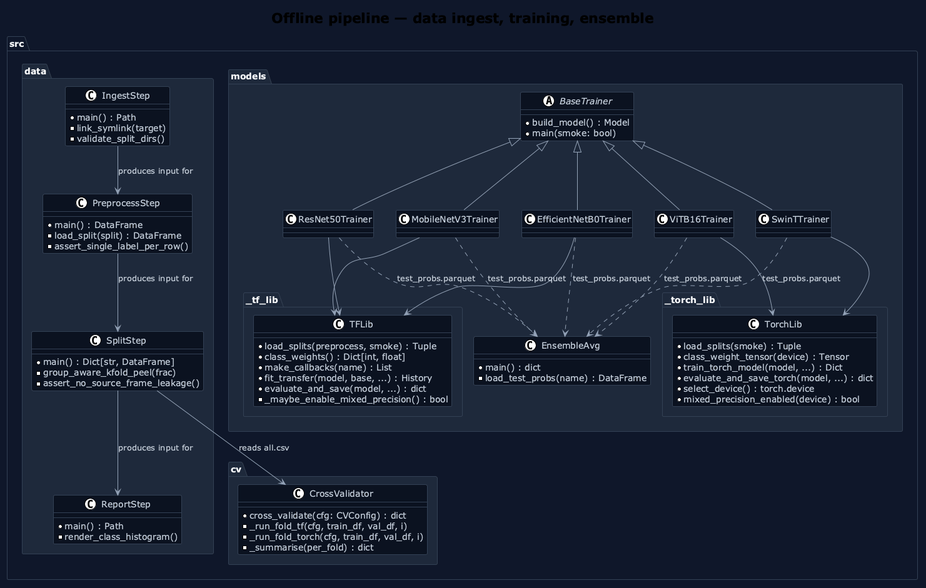
The PlantUML diagram docs/diagrams/png/03_class_offline.png in jbeleno/c1-lettuce-classifier, before a commit.
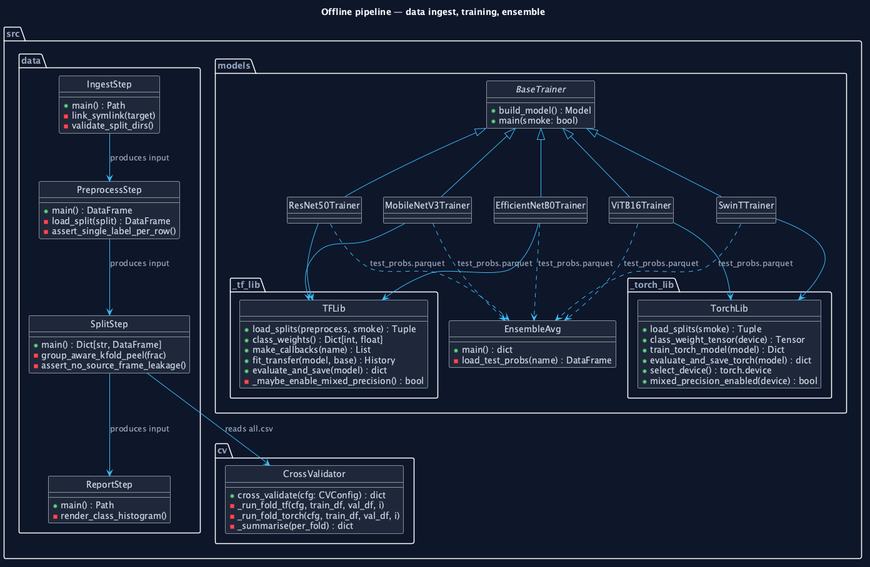
The same file after the commit.

Change to the diagram source:
```diff
@@ -1,21 +1,33 @@
-@startuml
-!theme plain
+@startuml 03_class_offline
+
 skinparam backgroundColor #0F172A
 skinparam shadowing false
-skinparam classFontColor #F8FAFC
-skinparam classHeaderBackgroundColor #1E293B
-skinparam classBackgroundColor #0B1220
-skinparam classBorderColor #334155
-skinparam classAttributeFontColor #CBD5E1
-skinparam ArrowColor #94A3B8
-skinparam ArrowFontColor #CBD5E1
-skinparam packageBackgroundColor #0F172A
-skinparam packageBorderColor #334155
-skinparam packageFontColor #F8FAFC
+skinparam defaultFontName "Fira Sans"
+skinparam defaultFontColor #F8FAFC
+
+skinparam class {
+  BorderColor rgba(148,163,184,0.30)
+  BackgroundColor #1E293B
+  ArrowColor #38BDF8
+  FontColor #F8FAFC
+  AttributeFontColor #CBD5E1
+  AttributeFontName "Fira Code"
+  StereotypeFontColor #38BDF8
+}
+skinparam noteFontColor #CBD5E1
+skinparam noteFontName "Fira Code"
+skinparam noteBackgroundColor #0B1220
+skinparam noteBorderColor #38BDF8
+skinparam packageFontColor #94A3B8
+skinparam packageBorderColor rgba(148,163,184,0.18)
+skinparam ArrowFontColor #94A3B8
+skinparam ArrowFontName "Fira Code"
+
+hide circle
 
 title Offline pipeline — data ingest, training, ensemble
 
-package "src.data" #1E293B {
+package "src.data" {
   class IngestStep {
     + main() : Path
     - link_symlink(target)
@@ -37,7 +49,7 @@
   }
 }
 
-package "src.models" #1E293B {
+package "src.models" {
   abstract class BaseTrainer {
     + build_model() : Model
     + main(smoke: bool)
@@ -59,29 +71,29 @@
   BaseTrainer <|-- SwinTTrainer
 }
 
-package "src.models._tf_lib" #1E293B {
+package "src.models._tf_lib" {
   class TFLib {
     + load_splits(preprocess, smoke) : Tuple
     + class_weights() : Dict[int, float]
     + make_callbacks(name) : List
-    + fit_transfer(model, base, ...) : History
-    + evaluate_and_save(model, ...) : dict
+    + fit_transfer(model, base) : History
+    + evaluate_and_save(model) : dict
     - _maybe_enable_mixed_precision() : bool
   }
 }
 
-package "src.models._torch_lib" #1E293B {
+package "src.models._torch_lib" {
   class TorchLib {
     + load_splits(smoke) : Tuple
     + class_weight_tensor(device) : Tensor
-    + train_torch_model(model, ...) : Dict
-    + evaluate_and_save_torch(model, ...) : dict
+    + train_torch_model(model) : Dict
+    + evaluate_and_save_torch(model) : dict
     + select_device() : torch.device
     + mixed_precision_enabled(device) : bool
   }
 }
 
-package "src.cv" #1E293B {
+package "src.cv" {
   class CrossValidator {
     + cross_validate(cfg: CVConfig) : dict
     - _run_fold_tf(cfg, train_df, val_df, i)
@@ -90,9 +102,9 @@
   }
 }
 
-IngestStep --> PreprocessStep : produces input for
-PreprocessStep --> SplitStep : produces input for
-SplitStep --> ReportStep : produces input for
+IngestStep --> PreprocessStep : produces input
+PreprocessStep --> SplitStep : produces input
+SplitStep --> ReportStep : produces input
 SplitStep --> CrossValidator : reads all.csv
 
 MobileNetV3Trainer --> TFLib
```
